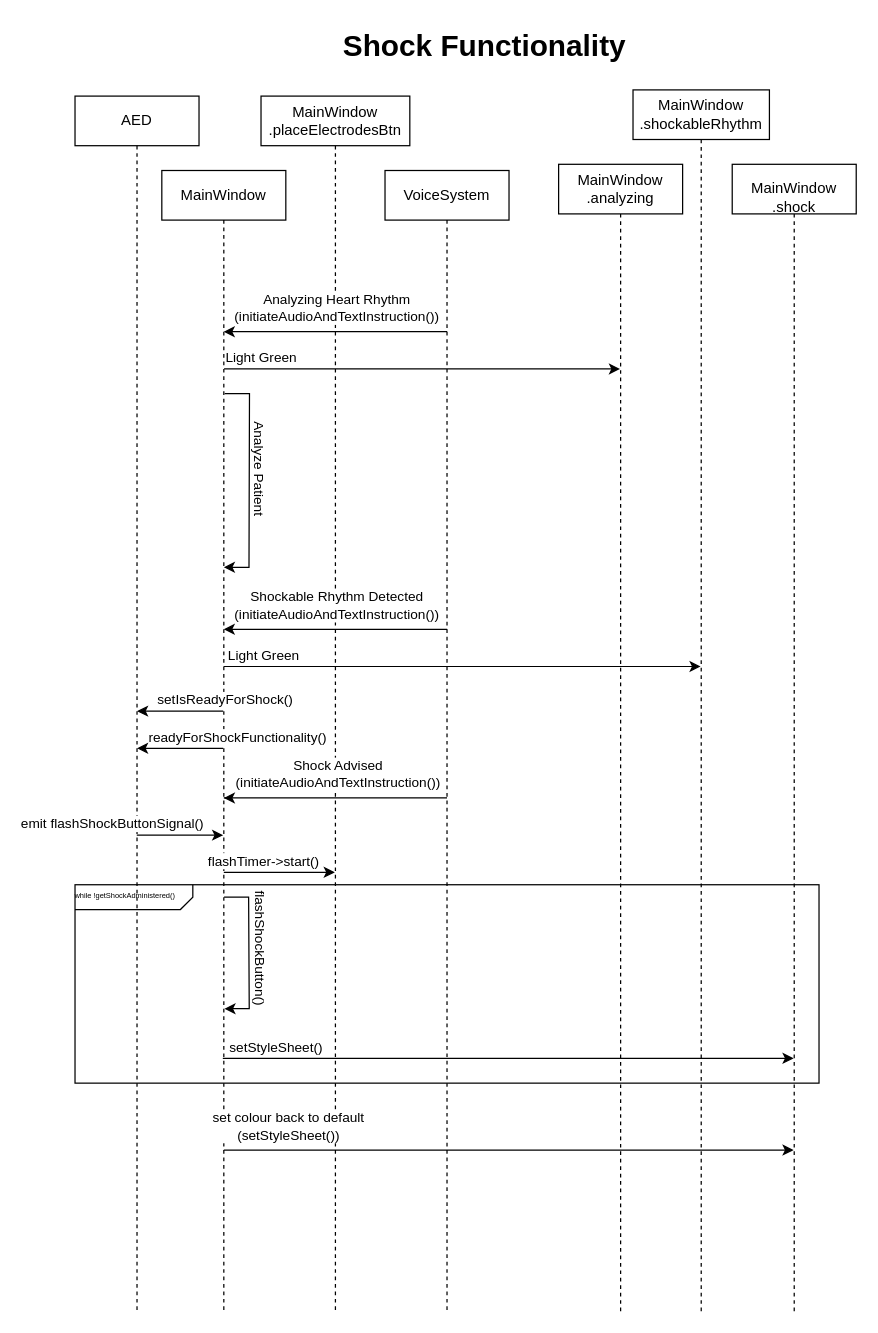
Above: Documentation/Drawio/Comp3004Final_Shock.drawio in ConnorG1067/COMP3004-FA (draw.io), before the change. Source tidied: cells renumbered, new cells numbered last; positions are measured from the earlier drawing's top-left corner, leaving out a move shared by most shapes. Both pictures are drawn from the tidied source at 124%, with x=0, y=0 at pixel (74, 21).
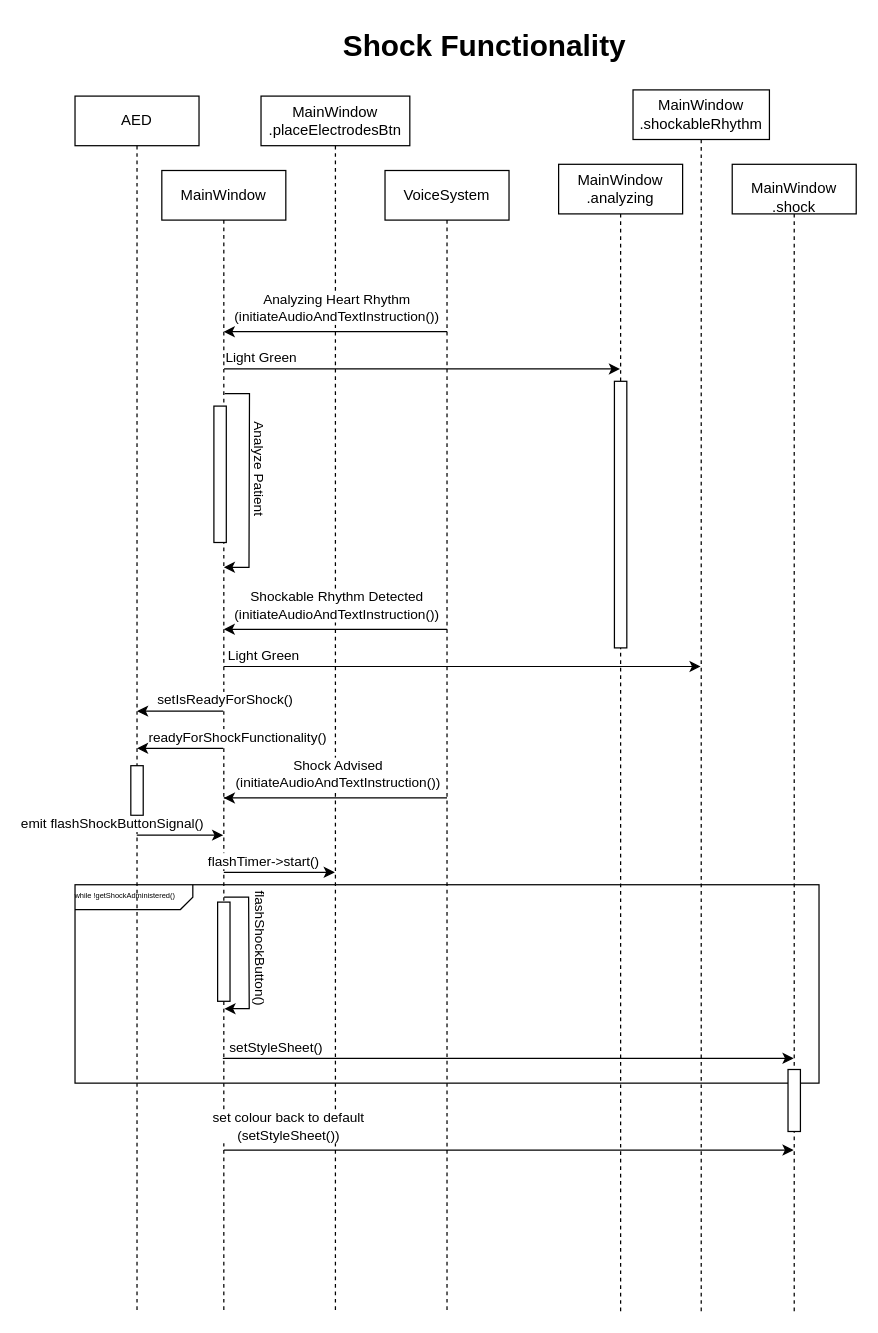
The same page after the edit.

The change refers to these unchanged cells:
```xml
<mxCell id="3" value="&lt;div&gt;AED&lt;/div&gt;" style="shape=umlLifeline;perimeter=lifelinePerimeter;whiteSpace=wrap;html=1;newEdgeStyle={&quot;edgeStyle&quot;:&quot;elbowEdgeStyle&quot;,&quot;elbow&quot;:&quot;vertical&quot;,&quot;curved&quot;:0,&quot;rounded&quot;:0};" parent="1" vertex="1">
  <mxGeometry y="60" width="100" height="980" as="geometry" />
</mxCell>
<mxCell id="5" value="&lt;div&gt;MainWindow&lt;/div&gt;&lt;div&gt;.analyzing&lt;br&gt;&lt;/div&gt;" style="shape=umlLifeline;perimeter=lifelinePerimeter;whiteSpace=wrap;html=1;outlineConnect=0;portConstraint=eastwest;newEdgeStyle={&quot;edgeStyle&quot;:&quot;elbowEdgeStyle&quot;,&quot;elbow&quot;:&quot;vertical&quot;,&quot;curved&quot;:0,&quot;rounded&quot;:0};fillColor=none;" parent="1" vertex="1">
  <mxGeometry x="390" y="115" width="100" height="925" as="geometry" />
</mxCell>
<mxCell id="6" value="MainWindow" style="shape=umlLifeline;perimeter=lifelinePerimeter;whiteSpace=wrap;html=1;newEdgeStyle={&quot;edgeStyle&quot;:&quot;elbowEdgeStyle&quot;,&quot;elbow&quot;:&quot;vertical&quot;,&quot;curved&quot;:0,&quot;rounded&quot;:0};" parent="1" vertex="1">
  <mxGeometry x="70" y="120" width="100" height="920" as="geometry" />
</mxCell>
<mxCell id="32" value="&lt;div&gt;&lt;br&gt;&lt;/div&gt;&lt;div&gt;MainWindow&lt;/div&gt;&lt;div&gt;.shock&lt;br&gt;&lt;/div&gt;" style="shape=umlLifeline;perimeter=lifelinePerimeter;whiteSpace=wrap;html=1;outlineConnect=0;portConstraint=eastwest;newEdgeStyle={&quot;edgeStyle&quot;:&quot;elbowEdgeStyle&quot;,&quot;elbow&quot;:&quot;vertical&quot;,&quot;curved&quot;:0,&quot;rounded&quot;:0};fillColor=none;" parent="1" vertex="1">
  <mxGeometry x="530" y="115" width="100" height="925" as="geometry" />
</mxCell>
```

The edit, as a diff of the source:
```diff
@@
+    <mxCell id="37" style="html=1;perimeter=orthogonalPerimeter;targetShapes=umlLifeline;newEdgeStyle={&quot;curved&quot;:0,&quot;rounded&quot;:0};" parent="3" vertex="1">
+      <mxGeometry x="45" y="540" width="10" height="40" as="geometry" />
+    </mxCell>
@@
+    <mxCell id="38" style="html=1;perimeter=orthogonalPerimeter;targetShapes=umlLifeline;newEdgeStyle={&quot;curved&quot;:0,&quot;rounded&quot;:0};" parent="5" vertex="1">
+      <mxGeometry x="45" y="175" width="10" height="215" as="geometry" />
+    </mxCell>
@@
+    <mxCell id="39" style="html=1;perimeter=orthogonalPerimeter;targetShapes=umlLifeline;newEdgeStyle={&quot;curved&quot;:0,&quot;rounded&quot;:0};" parent="6" vertex="1">
+      <mxGeometry x="42" y="190" width="10" height="110" as="geometry" />
+    </mxCell>
@@
+    <mxCell id="40" style="html=1;perimeter=orthogonalPerimeter;targetShapes=umlLifeline;newEdgeStyle={&quot;curved&quot;:0,&quot;rounded&quot;:0};" parent="32" vertex="1">
+      <mxGeometry x="45" y="730" width="10" height="50" as="geometry" />
+    </mxCell>
@@
+    <mxCell id="41" style="html=1;perimeter=orthogonalPerimeter;targetShapes=umlLifeline;newEdgeStyle={&quot;curved&quot;:0,&quot;rounded&quot;:0};" parent="1" vertex="1">
+      <mxGeometry x="115" y="710" width="10" height="80" as="geometry" />
+    </mxCell>
```
